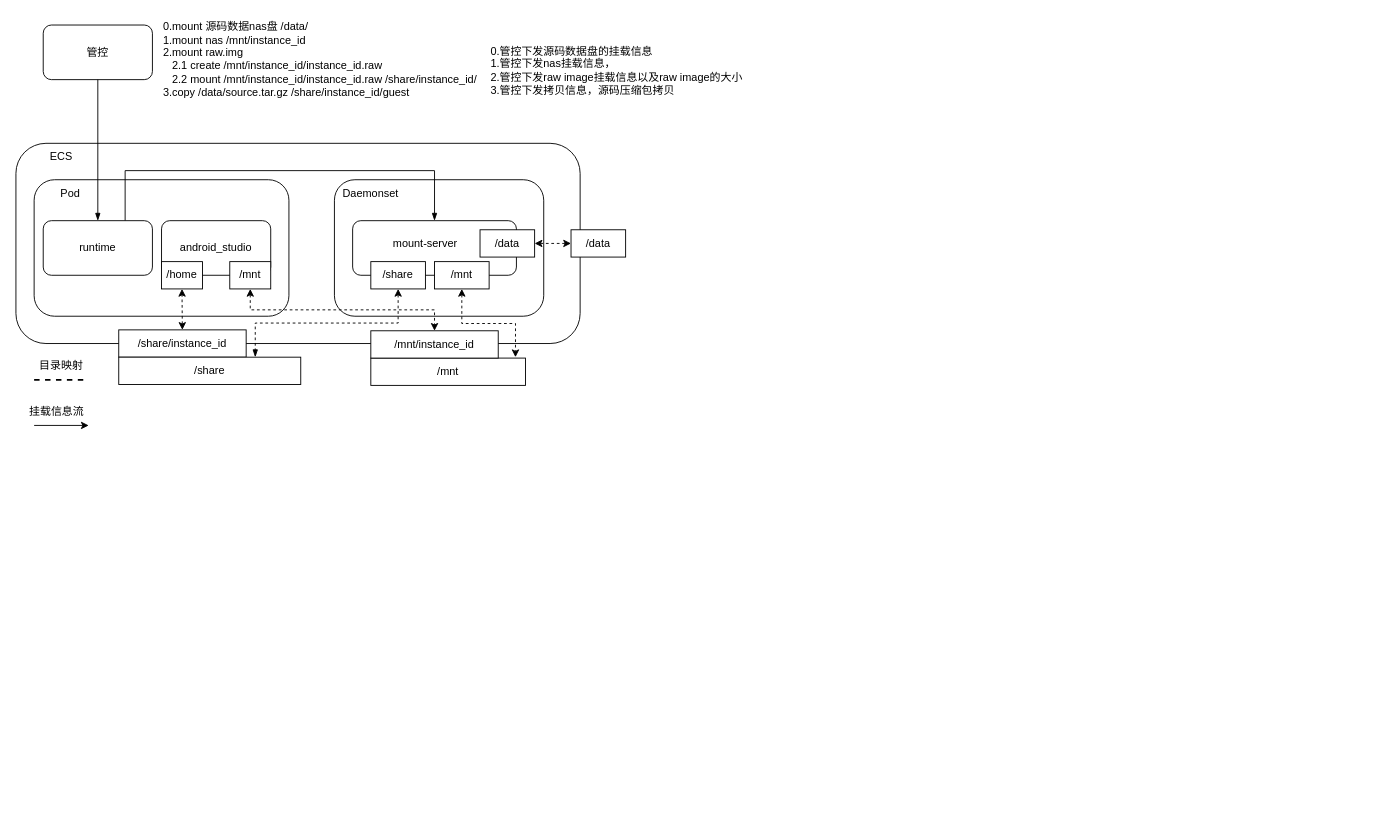
gaojunhao/diagrams keeps this draw.io diagram as page "第 13 页" (13 of 13) of Untitled Diagram.drawio. Above is the earlier version. Source tidied: cells renumbered, new cells numbered last; positions are measured from the earlier drawing's top-left corner, leaving out a move shared by most shapes. Both pictures are drawn from the tidied source at 91%, with x=0, y=0 at pixel (15, 15).
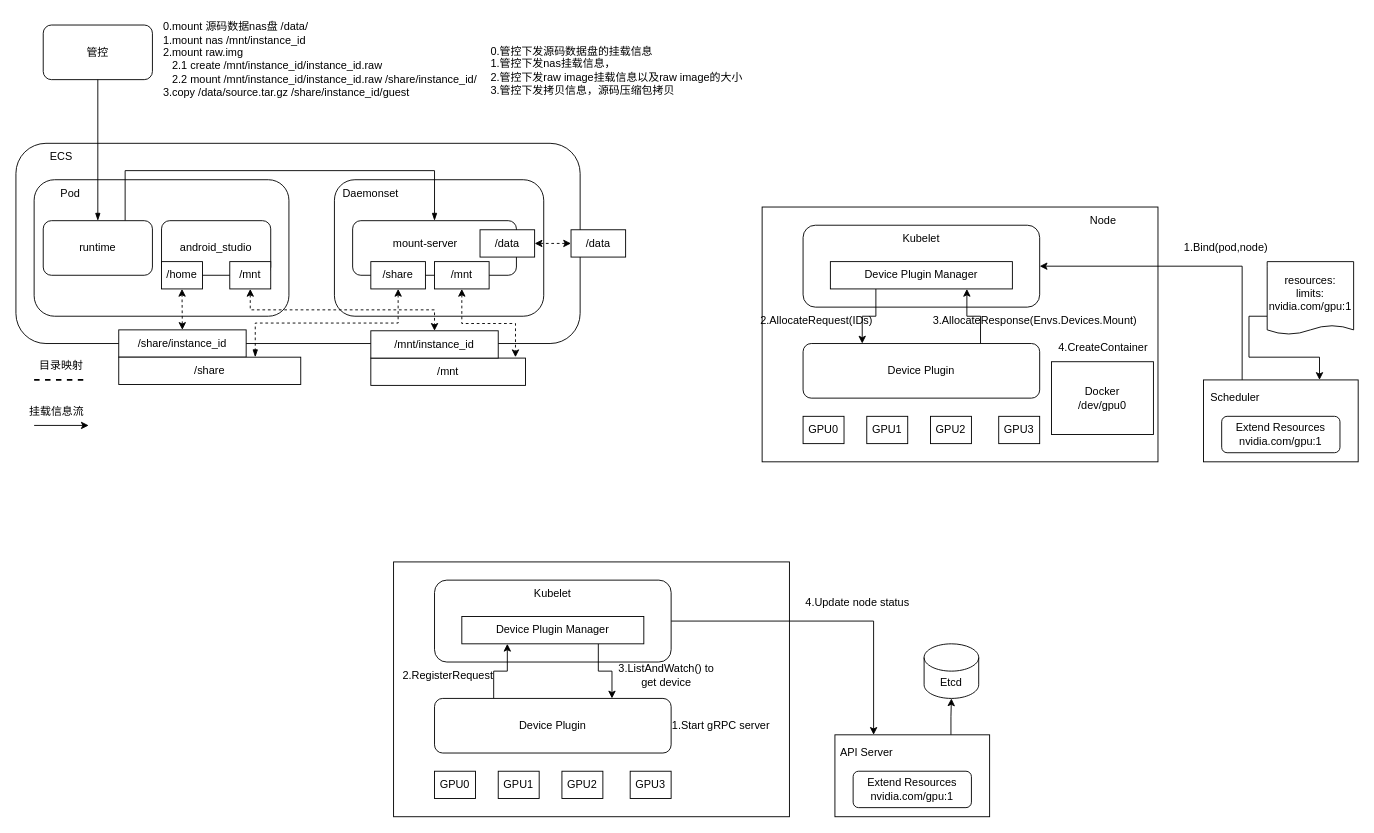
Above is the later version.

The edit, as a diff of the source:
```diff
@@
+    <mxCell id="38" style="rounded=1;whiteSpace=wrap;html=1;arcSize=0;" parent="1" vertex="1">
+      <mxGeometry x="415" y="600" width="435" height="280" as="geometry" />
+    </mxCell>
+    <mxCell id="39" style="edgeStyle=orthogonalEdgeStyle;rounded=0;jettySize=auto;html=1;exitX=1;exitY=0.5;exitDx=0;exitDy=0;entryX=0.25;entryY=0;entryDx=0;entryDy=0;" parent="1" edge="1" source="40" target="54">
+      <mxGeometry relative="1" as="geometry" />
+    </mxCell>
+    <mxCell id="40" style="rounded=1;whiteSpace=wrap;html=1;" parent="1" vertex="1">
+      <mxGeometry x="460" y="620" width="260" height="90" as="geometry" />
+    </mxCell>
+    <mxCell id="41" value="Kubelet" style="text;html=1;strokeColor=none;fillColor=none;align=center;verticalAlign=middle;whiteSpace=wrap;rounded=0;" parent="1" vertex="1">
+      <mxGeometry x="560" y="620" width="60" height="30" as="geometry" />
+    </mxCell>
+    <mxCell id="42" style="edgeStyle=orthogonalEdgeStyle;rounded=0;jettySize=auto;html=1;exitX=0.75;exitY=1;exitDx=0;exitDy=0;entryX=0.75;entryY=0;entryDx=0;entryDy=0;" parent="1" edge="1" source="43" target="45">
+      <mxGeometry relative="1" as="geometry" />
+    </mxCell>
+    <mxCell id="43" value="Device Plugin Manager" style="rounded=0;whiteSpace=wrap;html=1;" parent="1" vertex="1">
+      <mxGeometry x="490" y="660" width="200" height="30" as="geometry" />
+    </mxCell>
+    <mxCell id="44" style="edgeStyle=orthogonalEdgeStyle;rounded=0;jettySize=auto;html=1;exitX=0.25;exitY=0;exitDx=0;exitDy=0;entryX=0.25;entryY=1;entryDx=0;entryDy=0;" parent="1" edge="1" source="45" target="43">
+      <mxGeometry relative="1" as="geometry" />
+    </mxCell>
+    <mxCell id="45" value="Device Plugin" style="rounded=1;whiteSpace=wrap;html=1;" parent="1" vertex="1">
+      <mxGeometry x="460" y="750" width="260" height="60" as="geometry" />
+    </mxCell>
+    <mxCell id="46" value="GPU0" style="rounded=0;whiteSpace=wrap;html=1;" parent="1" vertex="1">
+      <mxGeometry x="460" y="830" width="45" height="30" as="geometry" />
+    </mxCell>
+    <mxCell id="47" value="GPU1" style="rounded=0;whiteSpace=wrap;html=1;" parent="1" vertex="1">
+      <mxGeometry x="530" y="830" width="45" height="30" as="geometry" />
+    </mxCell>
+    <mxCell id="48" value="GPU2" style="rounded=0;whiteSpace=wrap;html=1;" parent="1" vertex="1">
+      <mxGeometry x="600" y="830" width="45" height="30" as="geometry" />
+    </mxCell>
+    <mxCell id="49" value="GPU3" style="rounded=0;whiteSpace=wrap;html=1;" parent="1" vertex="1">
+      <mxGeometry x="675" y="830" width="45" height="30" as="geometry" />
+    </mxCell>
+    <mxCell id="50" value="1.Start gRPC server" style="text;html=1;strokeColor=none;fillColor=none;align=center;verticalAlign=middle;whiteSpace=wrap;rounded=0;" parent="1" vertex="1">
+      <mxGeometry x="720" y="765" width="110" height="30" as="geometry" />
+    </mxCell>
+    <mxCell id="51" value="2.RegisterRequest" style="text;html=1;strokeColor=none;fillColor=none;align=center;verticalAlign=middle;whiteSpace=wrap;rounded=0;" parent="1" vertex="1">
+      <mxGeometry x="420" y="710" width="110" height="30" as="geometry" />
+    </mxCell>
+    <mxCell id="52" value="3.ListAndWatch() to get device" style="text;html=1;strokeColor=none;fillColor=none;align=center;verticalAlign=middle;whiteSpace=wrap;rounded=0;" parent="1" vertex="1">
+      <mxGeometry x="660" y="710" width="110" height="30" as="geometry" />
+    </mxCell>
+    <mxCell id="53" style="edgeStyle=orthogonalEdgeStyle;rounded=0;jettySize=auto;html=1;exitX=0.75;exitY=0;exitDx=0;exitDy=0;entryX=0.5;entryY=1;entryDx=0;entryDy=0;entryPerimeter=0;" parent="1" edge="1" source="54" target="57">
+      <mxGeometry relative="1" as="geometry" />
+    </mxCell>
+    <mxCell id="54" style="rounded=0;whiteSpace=wrap;html=1;" parent="1" vertex="1">
+      <mxGeometry x="900" y="790" width="170" height="90" as="geometry" />
+    </mxCell>
+    <mxCell id="55" value="Extend Resources&lt;br&gt;nvidia.com/gpu:1" style="rounded=1;whiteSpace=wrap;html=1;" parent="1" vertex="1">
+      <mxGeometry x="920" y="830" width="130" height="40" as="geometry" />
+    </mxCell>
+    <mxCell id="56" value="API Server" style="text;html=1;strokeColor=none;fillColor=none;align=center;verticalAlign=middle;whiteSpace=wrap;rounded=0;" parent="1" vertex="1">
+      <mxGeometry x="900" y="795" width="70" height="30" as="geometry" />
+    </mxCell>
+    <mxCell id="57" value="Etcd" style="shape=cylinder3;whiteSpace=wrap;html=1;boundedLbl=1;backgroundOutline=1;size=15;" parent="1" vertex="1">
+      <mxGeometry x="998" y="690" width="60" height="60" as="geometry" />
+    </mxCell>
+    <mxCell id="58" value="4.Update node status" style="text;html=1;strokeColor=none;fillColor=none;align=center;verticalAlign=middle;whiteSpace=wrap;rounded=0;" parent="1" vertex="1">
+      <mxGeometry x="860" y="630" width="130" height="30" as="geometry" />
+    </mxCell>
+    <mxCell id="59" style="rounded=1;whiteSpace=wrap;html=1;arcSize=0;" parent="1" vertex="1">
+      <mxGeometry x="820" y="210" width="435" height="280" as="geometry" />
+    </mxCell>
+    <mxCell id="60" style="rounded=1;whiteSpace=wrap;html=1;" parent="1" vertex="1">
+      <mxGeometry x="865" y="230" width="260" height="90" as="geometry" />
+    </mxCell>
+    <mxCell id="61" value="Kubelet" style="text;html=1;strokeColor=none;fillColor=none;align=center;verticalAlign=middle;whiteSpace=wrap;rounded=0;" parent="1" vertex="1">
+      <mxGeometry x="965" y="230" width="60" height="30" as="geometry" />
+    </mxCell>
+    <mxCell id="62" style="edgeStyle=orthogonalEdgeStyle;rounded=0;jettySize=auto;html=1;exitX=0.25;exitY=1;exitDx=0;exitDy=0;entryX=0.25;entryY=0;entryDx=0;entryDy=0;" parent="1" edge="1" source="63" target="65">
+      <mxGeometry relative="1" as="geometry" />
+    </mxCell>
+    <mxCell id="63" value="Device Plugin Manager" style="rounded=0;whiteSpace=wrap;html=1;" parent="1" vertex="1">
+      <mxGeometry x="895" y="270" width="200" height="30" as="geometry" />
+    </mxCell>
+    <mxCell id="64" style="edgeStyle=orthogonalEdgeStyle;rounded=0;jettySize=auto;html=1;exitX=0.75;exitY=0;exitDx=0;exitDy=0;entryX=0.75;entryY=1;entryDx=0;entryDy=0;" parent="1" edge="1" source="65" target="63">
+      <mxGeometry relative="1" as="geometry" />
+    </mxCell>
+    <mxCell id="65" value="Device Plugin" style="rounded=1;whiteSpace=wrap;html=1;" parent="1" vertex="1">
+      <mxGeometry x="865" y="360" width="260" height="60" as="geometry" />
+    </mxCell>
+    <mxCell id="66" value="GPU0" style="rounded=0;whiteSpace=wrap;html=1;" parent="1" vertex="1">
+      <mxGeometry x="865" y="440" width="45" height="30" as="geometry" />
+    </mxCell>
+    <mxCell id="67" value="GPU1" style="rounded=0;whiteSpace=wrap;html=1;" parent="1" vertex="1">
+      <mxGeometry x="935" y="440" width="45" height="30" as="geometry" />
+    </mxCell>
+    <mxCell id="68" value="GPU2" style="rounded=0;whiteSpace=wrap;html=1;" parent="1" vertex="1">
+      <mxGeometry x="1005" y="440" width="45" height="30" as="geometry" />
+    </mxCell>
+    <mxCell id="69" value="GPU3" style="rounded=0;whiteSpace=wrap;html=1;" parent="1" vertex="1">
+      <mxGeometry x="1080" y="440" width="45" height="30" as="geometry" />
+    </mxCell>
+    <mxCell id="70" value="4.CreateContainer" style="text;html=1;strokeColor=none;fillColor=none;align=center;verticalAlign=middle;whiteSpace=wrap;rounded=0;" parent="1" vertex="1">
+      <mxGeometry x="1140" y="350" width="110" height="30" as="geometry" />
+    </mxCell>
+    <mxCell id="71" value="2.AllocateRequest(IDs)" style="text;html=1;strokeColor=none;fillColor=none;align=center;verticalAlign=middle;whiteSpace=wrap;rounded=0;" parent="1" vertex="1">
+      <mxGeometry x="825" y="320" width="110" height="30" as="geometry" />
+    </mxCell>
+    <mxCell id="72" value="3.AllocateResponse(Envs.Devices.Mount)" style="text;html=1;strokeColor=none;fillColor=none;align=center;verticalAlign=middle;whiteSpace=wrap;rounded=0;" parent="1" vertex="1">
+      <mxGeometry x="1065" y="320" width="110" height="30" as="geometry" />
+    </mxCell>
+    <mxCell id="73" style="edgeStyle=orthogonalEdgeStyle;rounded=0;jettySize=auto;html=1;exitX=0.25;exitY=0;exitDx=0;exitDy=0;entryX=1;entryY=0.5;entryDx=0;entryDy=0;" parent="1" edge="1" source="74" target="60">
+      <mxGeometry relative="1" as="geometry" />
+    </mxCell>
+    <mxCell id="74" style="rounded=0;whiteSpace=wrap;html=1;" parent="1" vertex="1">
+      <mxGeometry x="1305" y="400" width="170" height="90" as="geometry" />
+    </mxCell>
+    <mxCell id="75" value="Extend Resources&lt;br&gt;nvidia.com/gpu:1" style="rounded=1;whiteSpace=wrap;html=1;" parent="1" vertex="1">
+      <mxGeometry x="1325" y="440" width="130" height="40" as="geometry" />
+    </mxCell>
+    <mxCell id="76" value="Scheduler" style="text;html=1;strokeColor=none;fillColor=none;align=center;verticalAlign=middle;whiteSpace=wrap;rounded=0;" parent="1" vertex="1">
+      <mxGeometry x="1305" y="405" width="70" height="30" as="geometry" />
+    </mxCell>
+    <mxCell id="77" value="1.Bind(pod,node)" style="text;html=1;strokeColor=none;fillColor=none;align=center;verticalAlign=middle;whiteSpace=wrap;rounded=0;" parent="1" vertex="1">
+      <mxGeometry x="1265" y="240" width="130" height="30" as="geometry" />
+    </mxCell>
+    <mxCell id="78" value="Docker&lt;br&gt;/dev/gpu0" style="rounded=0;whiteSpace=wrap;html=1;" parent="1" vertex="1">
+      <mxGeometry x="1138" y="380" width="112" height="80" as="geometry" />
+    </mxCell>
+    <mxCell id="79" style="edgeStyle=orthogonalEdgeStyle;rounded=0;jettySize=auto;html=1;exitX=0;exitY=0.75;exitDx=0;exitDy=0;entryX=0.75;entryY=0;entryDx=0;entryDy=0;" parent="1" edge="1" source="80" target="74">
+      <mxGeometry relative="1" as="geometry" />
+    </mxCell>
+    <mxCell id="80" value="resources:&lt;br&gt;limits:&lt;br&gt;nvidia.com/gpu:1" style="shape=document;whiteSpace=wrap;html=1;boundedLbl=1;size=0.125;" parent="1" vertex="1">
+      <mxGeometry x="1375" y="270" width="95" height="80" as="geometry" />
+    </mxCell>
+    <mxCell id="81" value="Node" style="text;html=1;strokeColor=none;fillColor=none;align=center;verticalAlign=middle;whiteSpace=wrap;rounded=0;" parent="1" vertex="1">
+      <mxGeometry x="1130" y="210" width="130" height="30" as="geometry" />
+    </mxCell>
```
